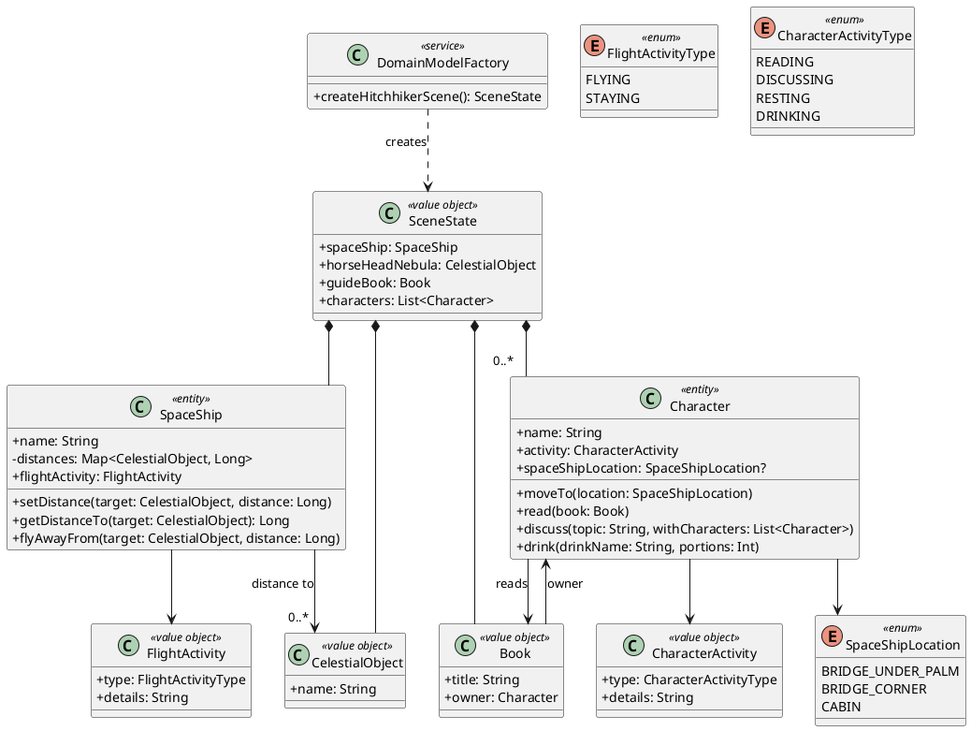
This is third-year/software-testing/lab1/lab1/report/domain-model.png from mip3x/itmo-labs, a PlantUML export, as it was before one commit.
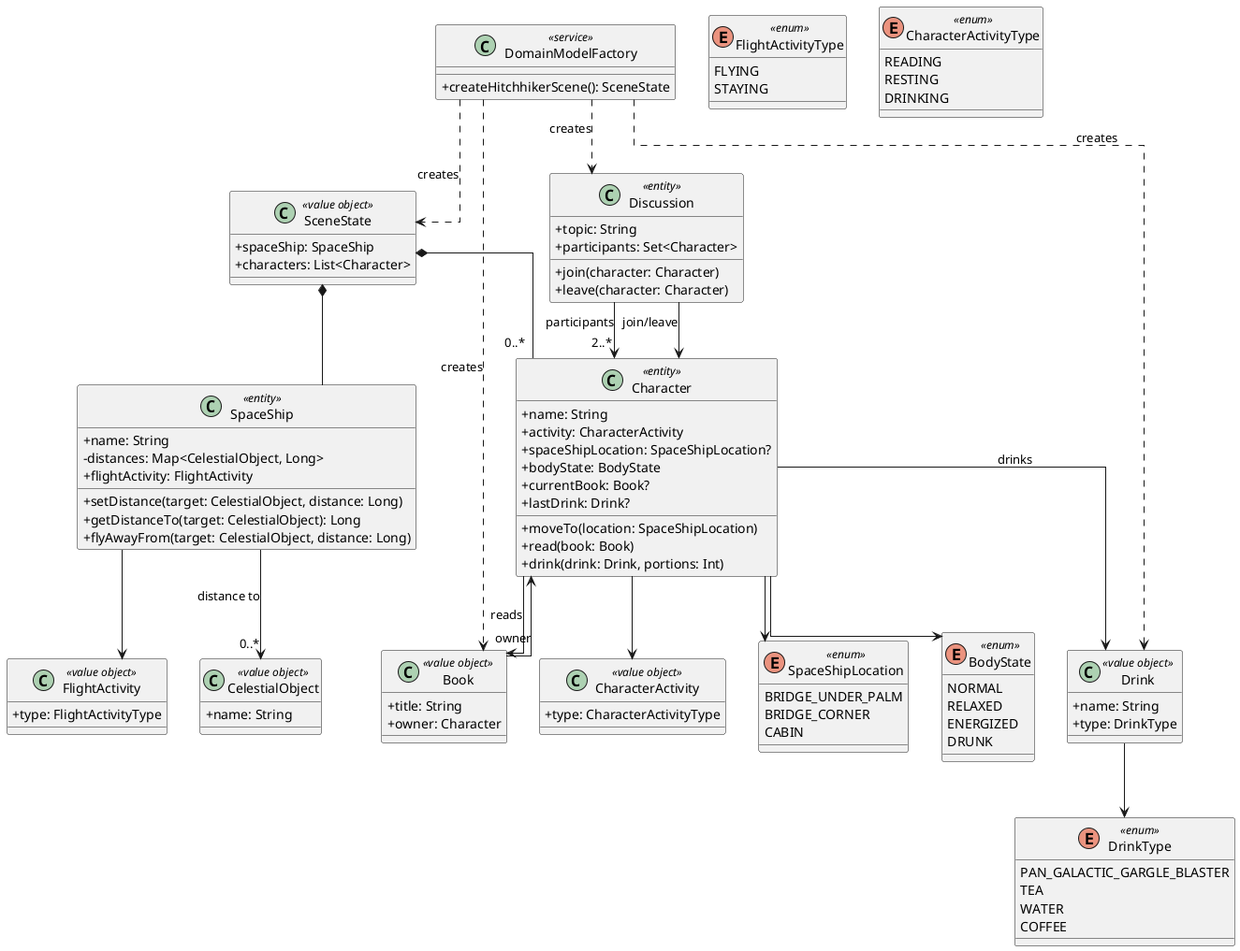
Above is the later version.

Commit message:
fix: domain model relevant to code now

What changed in the source:
```diff
@@ -16,16 +16,23 @@
   +name: String
   +activity: CharacterActivity
   +spaceShipLocation: SpaceShipLocation?
+  +bodyState: BodyState
+  +currentBook: Book?
+  +lastDrink: Drink?
   +moveTo(location: SpaceShipLocation)
   +read(book: Book)
-  +discuss(topic: String, withCharacters: List<Character>)
-  +drink(drinkName: String, portions: Int)
+  +drink(drink: Drink, portions: Int)
+}
+
+class Discussion <<entity>> {
+  +topic: String
+  +participants: Set<Character>
+  +join(character: Character)
+  +leave(character: Character)
 }
 
 class SceneState <<value object>> {
   +spaceShip: SpaceShip
-  +horseHeadNebula: CelestialObject
-  +guideBook: Book
   +characters: List<Character>
 }
 
@@ -40,12 +47,15 @@
 
 class FlightActivity <<value object>> {
   +type: FlightActivityType
-  +details: String
 }
 
 class CharacterActivity <<value object>> {
   +type: CharacterActivityType
-  +details: String
+}
+
+class Drink <<value object>> {
+  +name: String
+  +type: DrinkType
 }
 
 enum SpaceShipLocation <<enum>> {
@@ -61,9 +71,22 @@
 
 enum CharacterActivityType <<enum>> {
   READING
-  DISCUSSING
   RESTING
   DRINKING
+}
+
+enum DrinkType <<enum>> {
+  PAN_GALACTIC_GARGLE_BLASTER
+  TEA
+  WATER
+  COFFEE
+}
+
+enum BodyState <<enum>> {
+  NORMAL
+  RELAXED
+  ENERGIZED
+  DRUNK
 }
 
 class DomainModelFactory <<service>> {
@@ -71,8 +94,6 @@
 }
 
 SceneState *-- SpaceShip
-SceneState *-- CelestialObject
-SceneState *-- Book
 SceneState *-- "0..*" Character
 
 SpaceShip --> FlightActivity
@@ -81,7 +102,17 @@
 Character --> CharacterActivity
 Character --> SpaceShipLocation
 Character --> Book : reads
+Character --> Drink : drinks
+Character --> BodyState
+
+Discussion --> "2..*" Character : participants
+Discussion --> Character : join/leave
+
+Drink --> DrinkType
 Book --> Character : owner
 
 DomainModelFactory ..> SceneState : creates
+DomainModelFactory ..> Discussion : creates
+DomainModelFactory ..> Book : creates
+DomainModelFactory ..> Drink : creates
 @enduml
```
